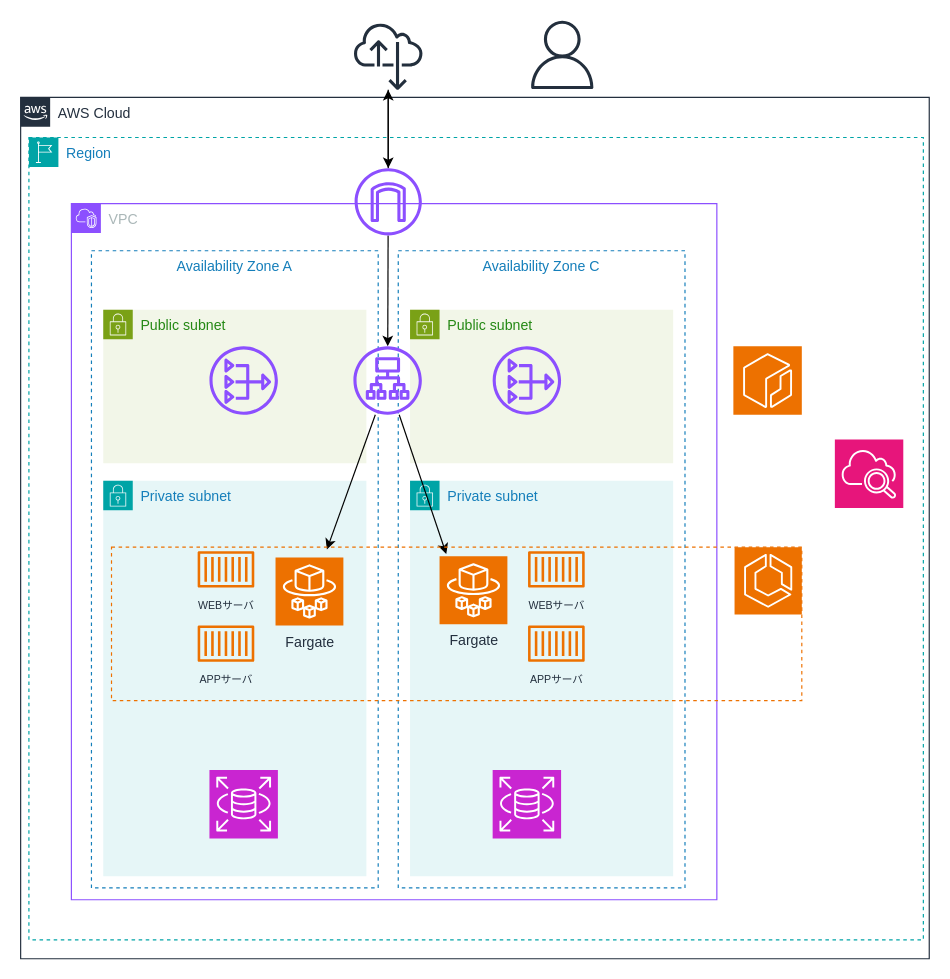
This is images/architecture.drawio from masato-N918/aws-ecs-fargate-terraform-cicd, a draw.io file, before an edit. Source tidied: cells renumbered, new cells numbered last; positions are measured from the earlier drawing's top-left corner, leaving out a move shared by most shapes. Both pictures are drawn from the tidied source at 118%, with x=0, y=0 at pixel (20, 20).
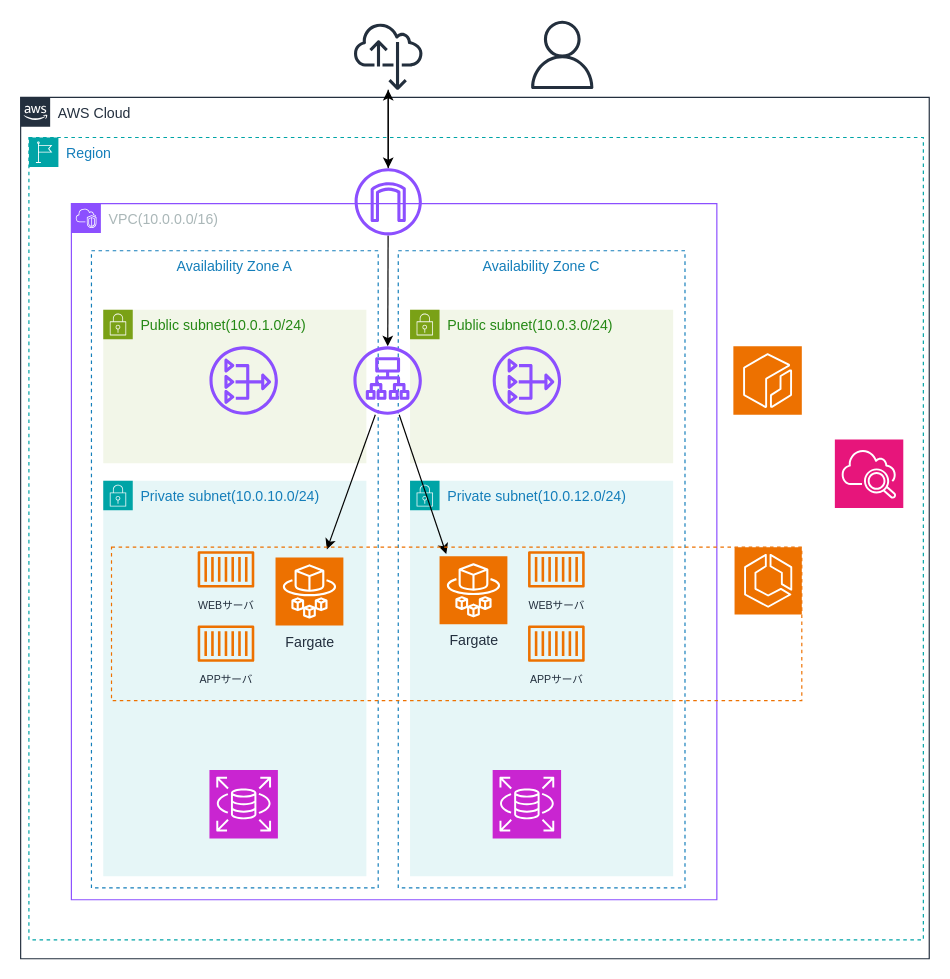
Above is the later version.

Commit message:
docs: 構成図へのIPアドレス追加

- images/architecture.drawio に各コンポーネントのIPアドレスを追加

The edit, as a diff of the source:
```diff
@@
-    <mxCell id="2" value="VPC" style="gradientColor=none;html=1;whiteSpace=wrap;fontSize=12;fontStyle=0;shape=mxgraph.aws4.group;grIcon=mxgraph.aws4.group_vpc2;strokeColor=#8C4FFF;fillColor=none;verticalAlign=top;align=left;spacingLeft=30;fontColor=#AAB7B8;dashed=0;" parent="1" vertex="1">
+    <mxCell id="2" value="VPC(10.0.0.0/16)" style="gradientColor=none;html=1;whiteSpace=wrap;fontSize=12;fontStyle=0;shape=mxgraph.aws4.group;grIcon=mxgraph.aws4.group_vpc2;strokeColor=#8C4FFF;fillColor=none;verticalAlign=top;align=left;spacingLeft=30;fontColor=#AAB7B8;dashed=0;" parent="1" vertex="1">
       <mxGeometry x="43" y="155" width="547" height="590" as="geometry" />
     </mxCell>
@@
-    <mxCell id="5" value="Private subnet" style="gradientColor=none;html=1;whiteSpace=wrap;fontSize=12;fontStyle=0;shape=mxgraph.aws4.group;grIcon=mxgraph.aws4.group_security_group;grStroke=0;strokeColor=#00A4A6;fillColor=#E6F6F7;verticalAlign=top;align=left;spacingLeft=30;fontColor=#147EBA;dashed=0;" parent="2" vertex="1">
+    <mxCell id="5" value="Private subnet(10.0.12.0/24)" style="gradientColor=none;html=1;whiteSpace=wrap;fontSize=12;fontStyle=0;shape=mxgraph.aws4.group;grIcon=mxgraph.aws4.group_security_group;grStroke=0;strokeColor=#00A4A6;fillColor=#E6F6F7;verticalAlign=top;align=left;spacingLeft=30;fontColor=#147EBA;dashed=0;" parent="2" vertex="1">
       <mxGeometry x="287" y="235" width="223" height="335" as="geometry" />
     </mxCell>
@@
-    <mxCell id="7" value="Public subnet" style="gradientColor=none;html=1;whiteSpace=wrap;fontSize=12;fontStyle=0;shape=mxgraph.aws4.group;grIcon=mxgraph.aws4.group_security_group;grStroke=0;strokeColor=#7AA116;fillColor=#F2F6E8;verticalAlign=top;align=left;spacingLeft=30;fontColor=#248814;dashed=0;" parent="2" vertex="1">
+    <mxCell id="7" value="Public subnet(10.0.1.0/24)" style="gradientColor=none;html=1;whiteSpace=wrap;fontSize=12;fontStyle=0;shape=mxgraph.aws4.group;grIcon=mxgraph.aws4.group_security_group;grStroke=0;strokeColor=#7AA116;fillColor=#F2F6E8;verticalAlign=top;align=left;spacingLeft=30;fontColor=#248814;dashed=0;" parent="2" vertex="1">
       <mxGeometry x="27" y="90" width="223" height="130" as="geometry" />
     </mxCell>
-    <mxCell id="8" value="Public subnet" style="gradientColor=none;html=1;whiteSpace=wrap;fontSize=12;fontStyle=0;shape=mxgraph.aws4.group;grIcon=mxgraph.aws4.group_security_group;grStroke=0;strokeColor=#7AA116;fillColor=#F2F6E8;verticalAlign=top;align=left;spacingLeft=30;fontColor=#248814;dashed=0;" parent="2" vertex="1">
+    <mxCell id="8" value="Public subnet(&lt;span style=&quot;color: rgb(36, 136, 20);&quot;&gt;10.0.3.0/24&lt;/span&gt;)" style="gradientColor=none;html=1;whiteSpace=wrap;fontSize=12;fontStyle=0;shape=mxgraph.aws4.group;grIcon=mxgraph.aws4.group_security_group;grStroke=0;strokeColor=#7AA116;fillColor=#F2F6E8;verticalAlign=top;align=left;spacingLeft=30;fontColor=#248814;dashed=0;" parent="2" vertex="1">
       <mxGeometry x="287" y="90" width="223" height="130" as="geometry" />
     </mxCell>
-    <mxCell id="9" value="Private subnet" style="gradientColor=none;html=1;whiteSpace=wrap;fontSize=12;fontStyle=0;shape=mxgraph.aws4.group;grIcon=mxgraph.aws4.group_security_group;grStroke=0;strokeColor=#00A4A6;fillColor=#E6F6F7;verticalAlign=top;align=left;spacingLeft=30;fontColor=#147EBA;dashed=0;" parent="2" vertex="1">
+    <mxCell id="9" value="Private subnet(10.0.10.0/24)" style="gradientColor=none;html=1;whiteSpace=wrap;fontSize=12;fontStyle=0;shape=mxgraph.aws4.group;grIcon=mxgraph.aws4.group_security_group;grStroke=0;strokeColor=#00A4A6;fillColor=#E6F6F7;verticalAlign=top;align=left;spacingLeft=30;fontColor=#147EBA;dashed=0;" parent="2" vertex="1">
       <mxGeometry x="27" y="235" width="223" height="335" as="geometry" />
     </mxCell>
```
